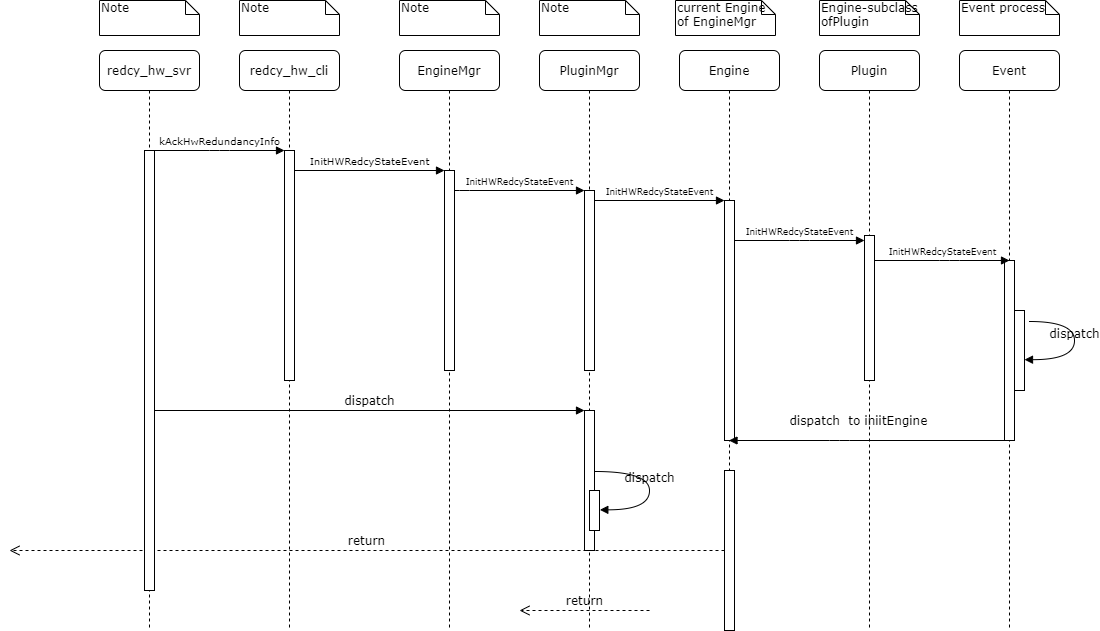
The draw.io diagram UML/StartRedundancy.png in Steve888888/FN-Redundancy, before a commit. Source tidied: cells renumbered, new cells last; positions are measured from the earlier drawing's top-left corner, leaving out a move shared by most shapes.
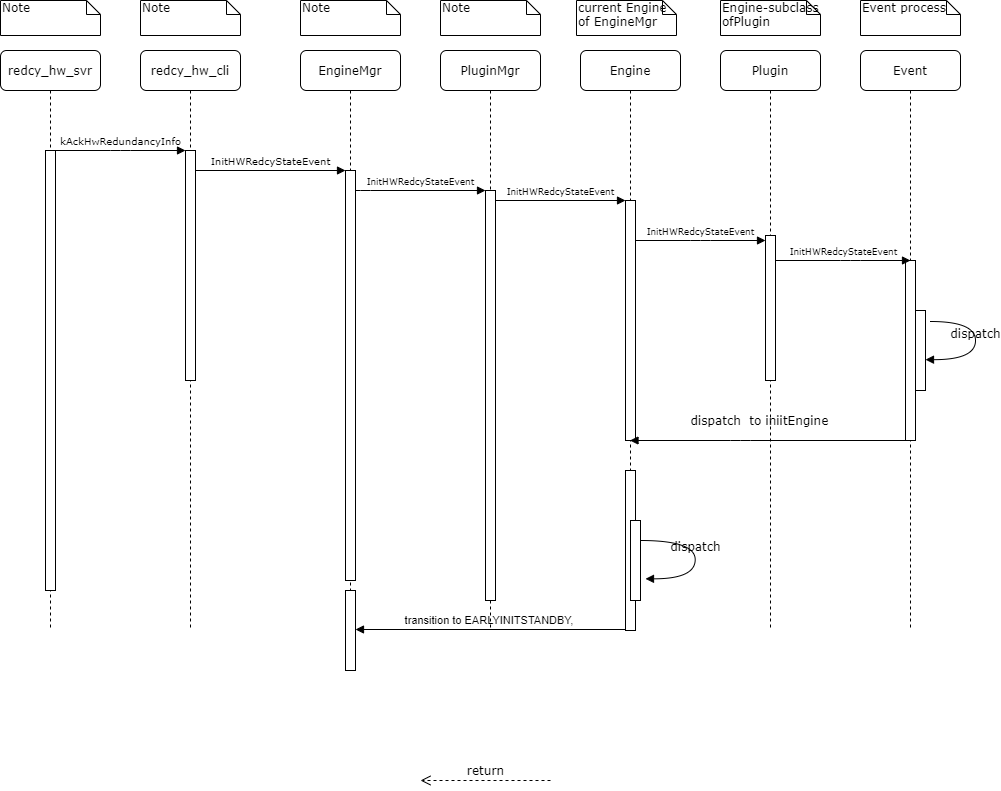
The same diagram one commit later.

Diff of the diagram source:
```diff
@@ -2,6 +2,12 @@
   <root>
     <mxCell id="0" />
     <mxCell id="1" parent="0" />
+    <mxCell id="39" value="transition to&amp;nbsp;EARLYINITSTANDBY,&amp;nbsp;" style="html=1;verticalAlign=bottom;endArrow=block;" parent="1" edge="1">
+      <mxGeometry relative="1" as="geometry">
+        <mxPoint x="715" y="629" as="sourcePoint" />
+        <mxPoint x="445" y="629" as="targetPoint" />
+      </mxGeometry>
+    </mxCell>
     <mxCell id="2" value="redcy_hw_cli" style="shape=umlLifeline;perimeter=lifelinePerimeter;whiteSpace=wrap;html=1;rounded=1;shadow=0;comic=0;labelBackgroundColor=none;strokeWidth=1;fontFamily=Verdana;fontSize=12;align=center;" parent="1" vertex="1">
       <mxGeometry x="230" y="50" width="100" height="580" as="geometry" />
     </mxCell>
@@ -12,7 +18,7 @@
       <mxGeometry x="390" y="50" width="100" height="580" as="geometry" />
     </mxCell>
     <mxCell id="5" style="html=1;points=[];perimeter=orthogonalPerimeter;rounded=0;shadow=0;comic=0;labelBackgroundColor=none;strokeWidth=1;fontFamily=Verdana;fontSize=12;align=center;" parent="4" vertex="1">
-      <mxGeometry x="45" y="120" width="10" height="200" as="geometry" />
+      <mxGeometry x="45" y="120" width="10" height="410" as="geometry" />
     </mxCell>
     <mxCell id="6" value="PluginMgr" style="shape=umlLifeline;perimeter=lifelinePerimeter;whiteSpace=wrap;html=1;rounded=1;shadow=0;comic=0;labelBackgroundColor=none;strokeWidth=1;fontFamily=Verdana;fontSize=12;align=center;" parent="1" vertex="1">
       <mxGeometry x="530" y="50" width="100" height="580" as="geometry" />
@@ -23,14 +29,6 @@
     <mxCell id="8" style="html=1;points=[];perimeter=orthogonalPerimeter;rounded=0;shadow=0;comic=0;labelBackgroundColor=none;strokeWidth=1;fontFamily=Verdana;fontSize=12;align=center;" parent="7" vertex="1">
       <mxGeometry x="45" y="420" width="10" height="160" as="geometry" />
     </mxCell>
-    <mxCell id="9" value="return" style="html=1;verticalAlign=bottom;endArrow=open;dashed=1;endSize=8;labelBackgroundColor=none;fontFamily=Verdana;fontSize=12;edgeStyle=elbowEdgeStyle;elbow=vertical;" parent="7" edge="1" source="8">
-      <mxGeometry relative="1" as="geometry">
-        <mxPoint x="-670" y="500" as="targetPoint" />
-        <Array as="points">
-          <mxPoint x="-255" y="500" />
-        </Array>
-      </mxGeometry>
-    </mxCell>
     <mxCell id="10" value="Plugin" style="shape=umlLifeline;perimeter=lifelinePerimeter;whiteSpace=wrap;html=1;rounded=1;shadow=0;comic=0;labelBackgroundColor=none;strokeWidth=1;fontFamily=Verdana;fontSize=12;align=center;" parent="1" vertex="1">
       <mxGeometry x="810" y="50" width="100" height="580" as="geometry" />
     </mxCell>
@@ -53,7 +51,7 @@
       <mxGeometry x="45" y="100" width="10" height="440" as="geometry" />
     </mxCell>
     <mxCell id="17" style="html=1;points=[];perimeter=orthogonalPerimeter;rounded=0;shadow=0;comic=0;labelBackgroundColor=none;strokeWidth=1;fontFamily=Verdana;fontSize=12;align=center;" parent="1" vertex="1">
-      <mxGeometry x="575" y="190" width="10" height="180" as="geometry" />
+      <mxGeometry x="575" y="190" width="10" height="410" as="geometry" />
     </mxCell>
     <mxCell id="18" value="&lt;font style=&quot;font-size: 9px&quot;&gt;InitHWRedcyStateEvent&lt;/font&gt;" style="html=1;verticalAlign=bottom;endArrow=block;labelBackgroundColor=none;fontFamily=Verdana;fontSize=12;edgeStyle=elbowEdgeStyle;elbow=vertical;" parent="1" edge="1" source="5" target="17">
       <mxGeometry relative="1" as="geometry">
@@ -68,31 +66,12 @@
     <mxCell id="20" value="&lt;span style=&quot;font-size: 9px&quot;&gt;InitHWRedcyStateEvent&lt;/span&gt;" style="html=1;verticalAlign=bottom;endArrow=block;entryX=0;entryY=0;labelBackgroundColor=none;fontFamily=Verdana;fontSize=12;edgeStyle=elbowEdgeStyle;elbow=vertical;" parent="1" edge="1" source="17" target="19">
       <mxGeometry relative="1" as="geometry" />
     </mxCell>
-    <mxCell id="21" style="html=1;points=[];perimeter=orthogonalPerimeter;rounded=0;shadow=0;comic=0;labelBackgroundColor=none;strokeWidth=1;fontFamily=Verdana;fontSize=12;align=center;" parent="1" vertex="1">
-      <mxGeometry x="575" y="410" width="10" height="140" as="geometry" />
-    </mxCell>
-    <mxCell id="22" value="dispatch" style="html=1;verticalAlign=bottom;endArrow=block;entryX=0;entryY=0;labelBackgroundColor=none;fontFamily=Verdana;fontSize=12;" parent="1" edge="1" source="16" target="21">
-      <mxGeometry relative="1" as="geometry" />
-    </mxCell>
     <mxCell id="23" value="&lt;span style=&quot;font-size: 10px&quot;&gt;kAckHwRedundancyInfo&lt;/span&gt;" style="html=1;verticalAlign=bottom;endArrow=block;entryX=0;entryY=0;labelBackgroundColor=none;fontFamily=Verdana;fontSize=12;edgeStyle=elbowEdgeStyle;elbow=vertical;" parent="1" edge="1" source="16" target="3">
       <mxGeometry relative="1" as="geometry" />
     </mxCell>
     <mxCell id="24" value="&lt;font style=&quot;font-size: 10px&quot;&gt;InitHWRedcyStateEvent&lt;/font&gt;" style="html=1;verticalAlign=bottom;endArrow=block;entryX=0;entryY=0;labelBackgroundColor=none;fontFamily=Verdana;fontSize=12;edgeStyle=elbowEdgeStyle;elbow=vertical;" parent="1" edge="1" source="3" target="5">
       <mxGeometry relative="1" as="geometry" />
     </mxCell>
-    <mxCell id="25" style="html=1;perimeter=orthogonalPerimeter;rounded=0;shadow=0;comic=0;labelBackgroundColor=none;strokeWidth=1;fontFamily=Verdana;fontSize=12;align=center;" parent="1" vertex="1">
-      <mxGeometry x="580" y="490" width="10" height="40" as="geometry" />
-    </mxCell>
-    <mxCell id="26" value="dispatch" style="html=1;verticalAlign=bottom;endArrow=block;labelBackgroundColor=none;fontFamily=Verdana;fontSize=12;elbow=vertical;edgeStyle=orthogonalEdgeStyle;curved=1;entryX=1;entryY=0.286;entryPerimeter=0;exitX=1.038;exitY=0.345;exitPerimeter=0;" parent="1" edge="1">
-      <mxGeometry relative="1" as="geometry">
-        <mxPoint x="585.3" y="471" as="sourcePoint" />
-        <mxPoint x="590.3" y="509.3" as="targetPoint" />
-        <Array as="points">
-          <mxPoint x="640" y="471" />
-          <mxPoint x="640" y="509" />
-        </Array>
-      </mxGeometry>
-    </mxCell>
     <mxCell id="27" value="Note" style="shape=note;whiteSpace=wrap;html=1;size=14;verticalAlign=top;align=left;spacingTop=-6;rounded=0;shadow=0;comic=0;labelBackgroundColor=none;strokeWidth=1;fontFamily=Verdana;fontSize=12;" parent="1" vertex="1">
       <mxGeometry x="90" width="100" height="35" as="geometry" />
     </mxCell>
@@ -141,11 +120,11 @@
     </mxCell>
     <mxCell id="37" value="return" style="html=1;verticalAlign=bottom;endArrow=open;dashed=1;endSize=8;labelBackgroundColor=none;fontFamily=Verdana;fontSize=12;edgeStyle=elbowEdgeStyle;elbow=vertical;" parent="1" edge="1">
       <mxGeometry relative="1" as="geometry">
-        <mxPoint x="640" y="610" as="sourcePoint" />
-        <mxPoint x="510" y="610" as="targetPoint" />
+        <mxPoint x="640" y="780" as="sourcePoint" />
+        <mxPoint x="510" y="780" as="targetPoint" />
         <Array as="points">
-          <mxPoint x="585" y="610" />
-          <mxPoint x="615" y="610" />
+          <mxPoint x="585" y="780" />
+          <mxPoint x="615" y="780" />
         </Array>
       </mxGeometry>
     </mxCell>
@@ -157,5 +136,21 @@
         <mxPoint x="1" as="offset" />
       </mxGeometry>
     </mxCell>
+    <mxCell id="26" value="dispatch" style="html=1;verticalAlign=bottom;endArrow=block;labelBackgroundColor=none;fontFamily=Verdana;fontSize=12;elbow=vertical;edgeStyle=orthogonalEdgeStyle;curved=1;entryX=1;entryY=0.286;entryPerimeter=0;exitX=1.038;exitY=0.345;exitPerimeter=0;" parent="1" edge="1">
+      <mxGeometry relative="1" as="geometry">
+        <mxPoint x="730" y="540" as="sourcePoint" />
+        <mxPoint x="735" y="578.3" as="targetPoint" />
+        <Array as="points">
+          <mxPoint x="784.7" y="540" />
+          <mxPoint x="784.7" y="578" />
+        </Array>
+      </mxGeometry>
+    </mxCell>
+    <mxCell id="40" style="html=1;perimeter=orthogonalPerimeter;" parent="1" vertex="1">
+      <mxGeometry x="720" y="520" width="10" height="80" as="geometry" />
+    </mxCell>
+    <mxCell id="41" style="html=1;perimeter=orthogonalPerimeter;" parent="1" vertex="1">
+      <mxGeometry x="435" y="590" width="10" height="80" as="geometry" />
+    </mxCell>
   </root>
 </mxGraphModel>
```
